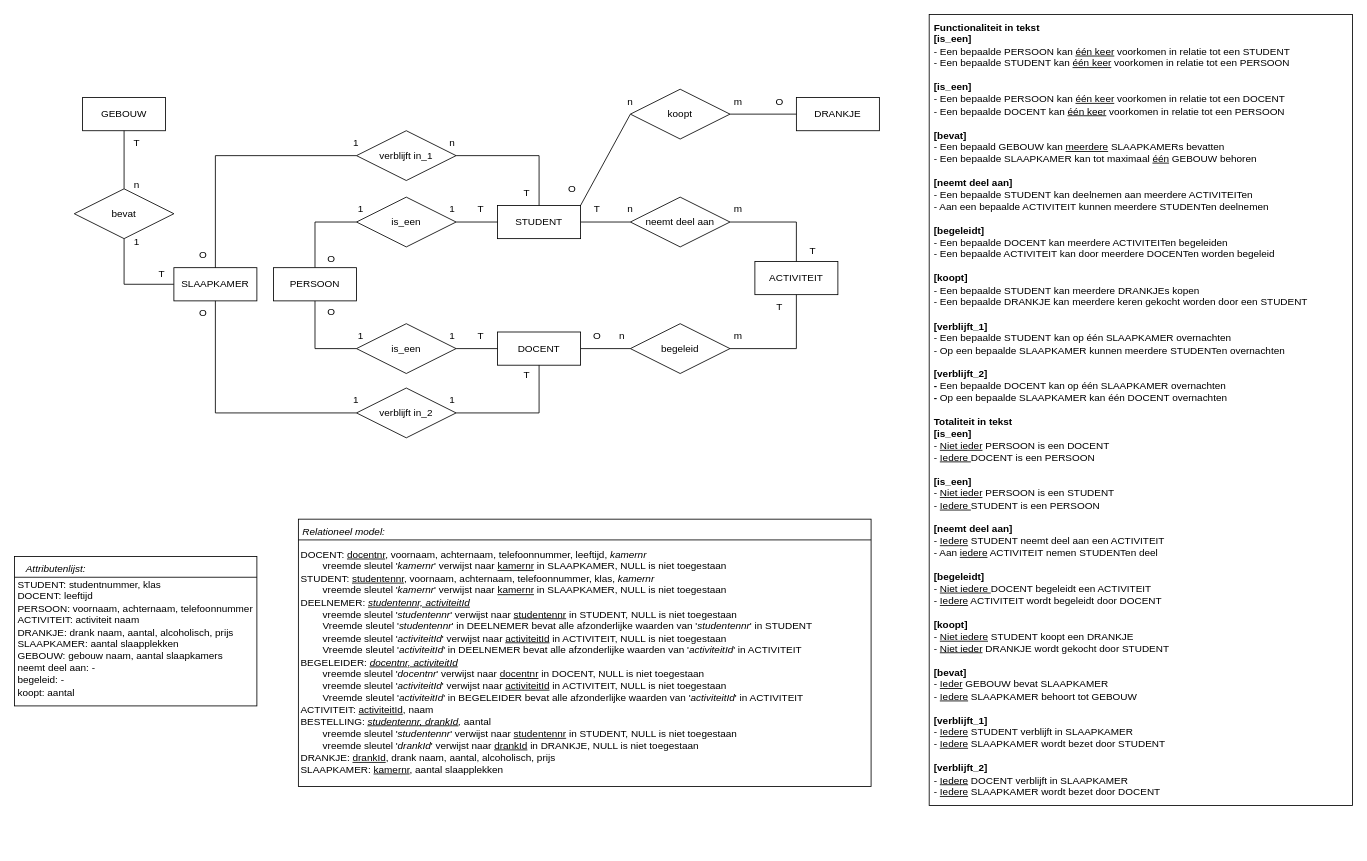
The draw.io diagram ERD ontwerpen/SomerenProject.drawio in Chris-17Lommerse/Someren-project-Dion-Iris-en-Chris, before the edit. Source tidied: cells renumbered, new cells numbered last; positions are measured from the earlier drawing's top-left corner, leaving out a move shared by most shapes. Both pictures are drawn from the tidied source at 83%, with x=0, y=0 at pixel (14, 14).
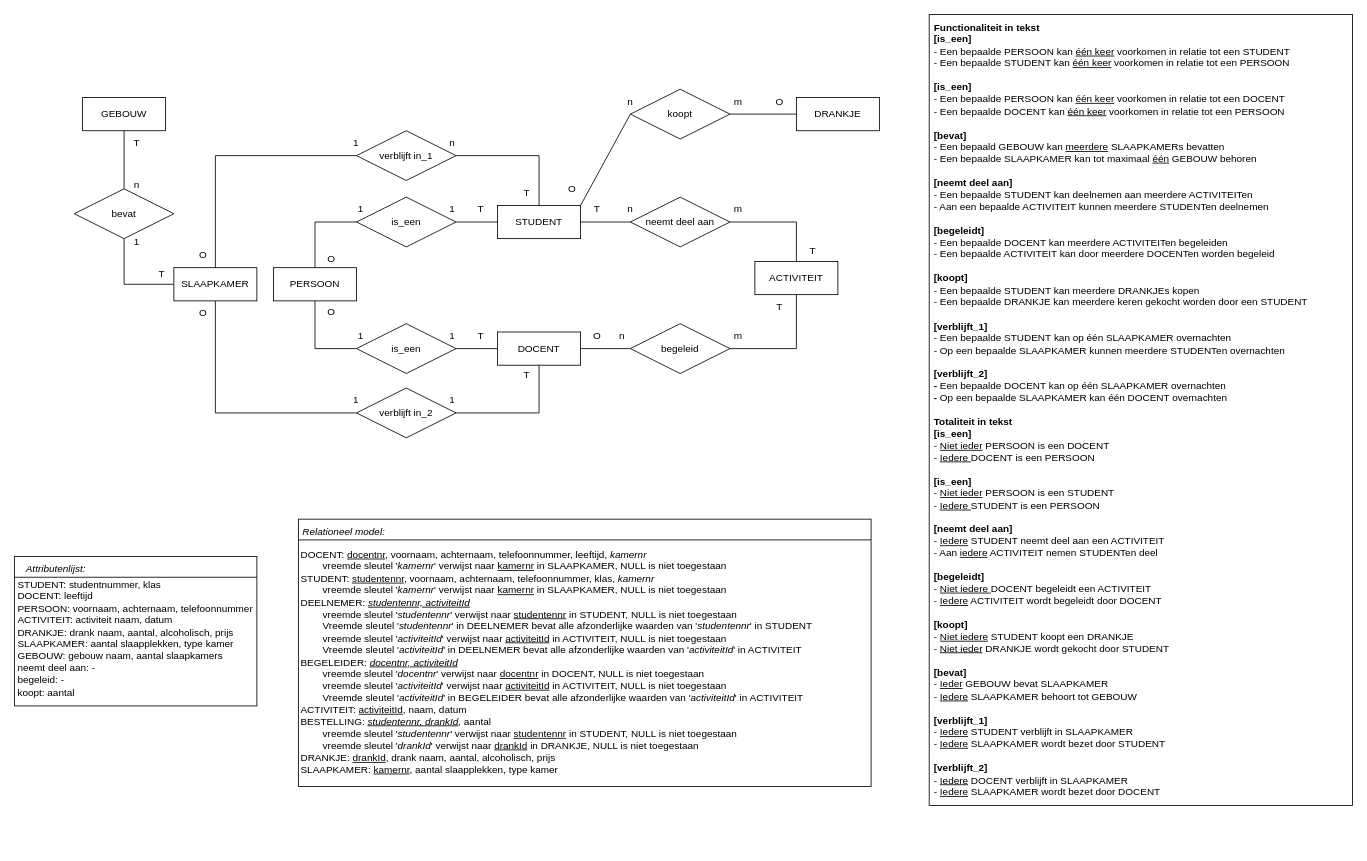
After the change.

Commit message (it also covers changes not shown here):
Kleine update aan de attributenlijst en het relationeel model

What changed in the source:
```diff
@@
-    <mxCell id="14" value="&lt;div&gt;STUDENT: studentnummer, klas&lt;/div&gt;&lt;div&gt;DOCENT: leeftijd&lt;/div&gt;&lt;div&gt;PERSOON: voornaam, achternaam, telefoonnummer&lt;/div&gt;&lt;div&gt;ACTIVITEIT: activiteit naam&lt;/div&gt;&lt;div&gt;DRANKJE: drank naam, aantal, alcoholisch, prijs&lt;/div&gt;&lt;div&gt;SLAAPKAMER: aantal slaapplekken&lt;/div&gt;&lt;div&gt;GEBOUW: gebouw naam, aantal slaapkamers&lt;/div&gt;&lt;div&gt;neemt deel aan: -&lt;br&gt;begeleid: -&lt;/div&gt;&lt;div&gt;koopt: aantal&lt;/div&gt;&lt;div&gt;&lt;br&gt;&lt;/div&gt;" style="text;html=1;align=left;verticalAlign=top;whiteSpace=wrap;rounded=0;fillColor=none;" parent="1" vertex="1">
+    <mxCell id="14" value="&lt;div&gt;STUDENT: studentnummer, klas&lt;/div&gt;&lt;div&gt;DOCENT: leeftijd&lt;/div&gt;&lt;div&gt;PERSOON: voornaam, achternaam, telefoonnummer&lt;/div&gt;&lt;div&gt;ACTIVITEIT: activiteit naam, datum&lt;/div&gt;&lt;div&gt;DRANKJE: drank naam, aantal, alcoholisch, prijs&lt;/div&gt;&lt;div&gt;SLAAPKAMER: aantal slaapplekken, type kamer&lt;/div&gt;&lt;div&gt;GEBOUW: gebouw naam, aantal slaapkamers&lt;/div&gt;&lt;div&gt;neemt deel aan: -&lt;br&gt;begeleid: -&lt;/div&gt;&lt;div&gt;koopt: aantal&lt;/div&gt;&lt;div&gt;&lt;br&gt;&lt;/div&gt;" style="text;html=1;align=left;verticalAlign=top;whiteSpace=wrap;rounded=0;fillColor=none;" parent="1" vertex="1">
       <mxGeometry x="2" y="673" width="290" height="170" as="geometry" />
     </mxCell>
@@
-    <mxCell id="76" value="&lt;div&gt;&lt;span style=&quot;background-color: transparent; color: light-dark(rgb(0, 0, 0), rgb(255, 255, 255));&quot;&gt;DOCENT: &lt;u&gt;docentnr&lt;/u&gt;, voornaam, achternaam, telefoonnummer, leeftijd, &lt;i&gt;kamernr&lt;/i&gt;&lt;/span&gt;&lt;/div&gt;&lt;div&gt;&lt;span style=&quot;background-color: transparent; color: light-dark(rgb(0, 0, 0), rgb(255, 255, 255));&quot;&gt;&lt;i&gt;&lt;span style=&quot;white-space: pre;&quot;&gt;&#9;&lt;/span&gt;&lt;/i&gt;vreemde sleutel '&lt;i&gt;kamernr&lt;/i&gt;' verwijst naar &lt;u&gt;kamernr&lt;/u&gt; in SLAAPKAMER, NULL is niet toegestaan&lt;/span&gt;&lt;/div&gt;&lt;div&gt;STUDENT: &lt;u&gt;studentennr&lt;/u&gt;, &lt;span style=&quot;background-color: transparent; color: light-dark(rgb(0, 0, 0), rgb(255, 255, 255));&quot;&gt;voornaam, achternaam, telefoonnummer, klas, &lt;i&gt;kamernr&lt;/i&gt;&lt;/span&gt;&lt;/div&gt;&lt;div&gt;&lt;span style=&quot;background-color: transparent; color: light-dark(rgb(0, 0, 0), rgb(255, 255, 255));&quot;&gt;&lt;i&gt;&lt;span style=&quot;white-space: pre;&quot;&gt;&#9;&lt;/span&gt;&lt;/i&gt;&lt;/span&gt;&lt;span style=&quot;background-color: transparent; color: light-dark(rgb(0, 0, 0), rgb(255, 255, 255));&quot;&gt;vreemde sleutel '&lt;i&gt;kamernr&lt;/i&gt;' verwijst naar &lt;u&gt;kamernr&lt;/u&gt; in SLAAPKAMER, NULL is niet toegestaan&lt;/span&gt;&lt;/div&gt;&lt;div&gt;DEELNEMER: &lt;u&gt;&lt;i&gt;studentennr, activiteitId&lt;/i&gt;&lt;/u&gt;&lt;/div&gt;&lt;div&gt;&lt;span style=&quot;background-color: transparent; color: light-dark(rgb(0, 0, 0), rgb(255, 255, 255));&quot;&gt;&lt;span style=&quot;white-space: pre;&quot;&gt;&#9;&lt;/span&gt;vreemde sleutel '&lt;i&gt;studentennr&lt;/i&gt;' verwijst naar &lt;u&gt;studentennr&lt;/u&gt; in STUDENT, NULL is niet toegestaan&lt;/span&gt;&lt;/div&gt;&lt;div&gt;&lt;span style=&quot;background-color: transparent; color: light-dark(rgb(0, 0, 0), rgb(255, 255, 255));&quot;&gt;&lt;span style=&quot;white-space: pre;&quot;&gt;&#9;&lt;/span&gt;Vreemde sleutel '&lt;i&gt;studentennr&lt;/i&gt;' in DEELNEMER bevat alle afzonderlijke waarden van '&lt;i&gt;studentennr&lt;/i&gt;' in STUDENT&lt;/span&gt;&lt;/div&gt;&lt;div&gt;&lt;span style=&quot;background-color: transparent; color: light-dark(rgb(0, 0, 0), rgb(255, 255, 255));&quot;&gt;&lt;span style=&quot;white-space: pre;&quot;&gt;&#9;&lt;/span&gt;vreemde sleutel '&lt;i&gt;activiteitId&lt;/i&gt;' verwijst naar &lt;u&gt;activiteitId&lt;/u&gt; in ACTIVITEIT, NULL is niet toegestaan&lt;/span&gt;&lt;/div&gt;&lt;div&gt;&lt;span style=&quot;background-color: transparent; color: light-dark(rgb(0, 0, 0), rgb(255, 255, 255));&quot;&gt;&lt;span style=&quot;white-space: pre;&quot;&gt;&#9;&lt;/span&gt;&lt;/span&gt;&lt;span style=&quot;background-color: transparent; color: light-dark(rgb(0, 0, 0), rgb(255, 255, 255));&quot;&gt;Vreemde sleutel '&lt;/span&gt;&lt;span style=&quot;background-color: transparent; color: light-dark(rgb(0, 0, 0), rgb(255, 255, 255));&quot;&gt;&lt;i&gt;activiteitId&lt;/i&gt;&lt;/span&gt;&lt;span style=&quot;background-color: transparent; color: light-dark(rgb(0, 0, 0), rgb(255, 255, 255));&quot;&gt;' in DEELNEMER bevat alle afzonderlijke waarden van '&lt;/span&gt;&lt;span style=&quot;background-color: transparent; color: light-dark(rgb(0, 0, 0), rgb(255, 255, 255));&quot;&gt;&lt;i&gt;activiteitId&lt;/i&gt;&lt;/span&gt;&lt;span style=&quot;background-color: transparent; color: light-dark(rgb(0, 0, 0), rgb(255, 255, 255));&quot;&gt;' in ACTIVITEIT&lt;/span&gt;&lt;/div&gt;&lt;div&gt;BEGELEIDER: &lt;i&gt;&lt;u&gt;docentnr, activiteitId &lt;br&gt;&lt;/u&gt;&lt;/i&gt;&lt;/div&gt;&lt;div&gt;&lt;span style=&quot;white-space: pre;&quot;&gt;&#9;&lt;/span&gt;&lt;span style=&quot;background-color: transparent; color: light-dark(rgb(0, 0, 0), rgb(255, 255, 255));&quot;&gt;vreemde sleutel '&lt;i&gt;docentnr&lt;/i&gt;' verwijst naar &lt;u&gt;docentnr&lt;/u&gt; in DOCENT, NULL is niet toegestaan&lt;/span&gt;&lt;br&gt;&lt;div&gt;&lt;span style=&quot;background-color: transparent; color: light-dark(rgb(0, 0, 0), rgb(255, 255, 255));&quot;&gt;&lt;span style=&quot;white-space: pre;&quot;&gt;&#9;&lt;/span&gt;vreemde sleutel '&lt;i&gt;activiteitId&lt;/i&gt;' verwijst naar &lt;u&gt;activiteitId&lt;/u&gt; in ACTIVITEIT, NULL is niet toegestaan&lt;/span&gt;&lt;/div&gt;&lt;div&gt;&lt;span style=&quot;background-color: transparent; color: light-dark(rgb(0, 0, 0), rgb(255, 255, 255));&quot;&gt;&lt;span style=&quot;white-space: pre;&quot;&gt;&#9;&lt;/span&gt;&lt;/span&gt;&lt;span style=&quot;background-color: transparent; color: light-dark(rgb(0, 0, 0), rgb(255, 255, 255));&quot;&gt;Vreemde sleutel '&lt;/span&gt;&lt;span style=&quot;background-color: transparent; color: light-dark(rgb(0, 0, 0), rgb(255, 255, 255));&quot;&gt;&lt;i&gt;activiteitId&lt;/i&gt;&lt;/span&gt;&lt;span style=&quot;background-color: transparent; color: light-dark(rgb(0, 0, 0), rgb(255, 255, 255));&quot;&gt;' in BEGELEIDER bevat alle afzonderlijke waarden van '&lt;/span&gt;&lt;span style=&quot;background-color: transparent; color: light-dark(rgb(0, 0, 0), rgb(255, 255, 255));&quot;&gt;&lt;i&gt;activiteitId&lt;/i&gt;&lt;/span&gt;&lt;span style=&quot;background-color: transparent; color: light-dark(rgb(0, 0, 0), rgb(255, 255, 255));&quot;&gt;' in ACTIVITEIT&lt;/span&gt;&lt;/div&gt;&lt;/div&gt;&lt;div&gt;ACTIVITEIT: &lt;u&gt;activiteitId&lt;/u&gt;, naam&lt;/div&gt;&lt;div&gt;BESTELLING: &lt;u&gt;&lt;i&gt;studentennr&lt;/i&gt;&lt;/u&gt;&lt;i style=&quot;&quot;&gt;&lt;u&gt;, drankId&lt;/u&gt;, &lt;/i&gt;&lt;span style=&quot;&quot;&gt;aantal&lt;/span&gt;&lt;i&gt;&lt;br&gt;&lt;/i&gt;&lt;/div&gt;&lt;div&gt;&lt;i&gt;&lt;span style=&quot;white-space: pre;&quot;&gt;&#9;&lt;/span&gt;&lt;/i&gt;&lt;span style=&quot;background-color: transparent; color: light-dark(rgb(0, 0, 0), rgb(255, 255, 255));&quot;&gt;vreemde sleutel '&lt;i&gt;studentennr&lt;/i&gt;' verwijst naar &lt;u&gt;studentennr&lt;/u&gt; in STUDENT, NULL is niet toegestaan&lt;/span&gt;&lt;br&gt;&lt;div&gt;&lt;span style=&quot;background-color: transparent; color: light-dark(rgb(0, 0, 0), rgb(255, 255, 255));&quot;&gt;&lt;span style=&quot;white-space: pre;&quot;&gt;&#9;&lt;/span&gt;vreemde sleutel '&lt;i&gt;drankId&lt;/i&gt;' verwijst naar &lt;u&gt;drankId&lt;/u&gt; in DRANKJE, NULL is niet toegestaan&lt;/span&gt;&lt;/div&gt;&lt;/div&gt;&lt;div&gt;DRANKJE: &lt;u&gt;drankId&lt;/u&gt;, drank naam, aantal, alcoholisch, prijs&amp;nbsp; &amp;nbsp;&lt;/div&gt;&lt;div&gt;SLAAPKAMER: &lt;u&gt;kamernr&lt;/u&gt;, aantal slaapplekken &lt;br&gt;&lt;/div&gt;&lt;div&gt;&lt;br&gt;&lt;/div&gt;" style="text;html=1;align=left;verticalAlign=top;whiteSpace=wrap;rounded=0;" parent="1" vertex="1">
+    <mxCell id="76" value="&lt;div&gt;&lt;span style=&quot;background-color: transparent; color: light-dark(rgb(0, 0, 0), rgb(255, 255, 255));&quot;&gt;DOCENT: &lt;u&gt;docentnr&lt;/u&gt;, voornaam, achternaam, telefoonnummer, leeftijd, &lt;i&gt;kamernr&lt;/i&gt;&lt;/span&gt;&lt;/div&gt;&lt;div&gt;&lt;span style=&quot;background-color: transparent; color: light-dark(rgb(0, 0, 0), rgb(255, 255, 255));&quot;&gt;&lt;i&gt;&lt;span style=&quot;white-space: pre;&quot;&gt;&#9;&lt;/span&gt;&lt;/i&gt;vreemde sleutel '&lt;i&gt;kamernr&lt;/i&gt;' verwijst naar &lt;u&gt;kamernr&lt;/u&gt; in SLAAPKAMER, NULL is niet toegestaan&lt;/span&gt;&lt;/div&gt;&lt;div&gt;STUDENT: &lt;u&gt;studentennr&lt;/u&gt;, &lt;span style=&quot;background-color: transparent; color: light-dark(rgb(0, 0, 0), rgb(255, 255, 255));&quot;&gt;voornaam, achternaam, telefoonnummer, klas, &lt;i&gt;kamernr&lt;/i&gt;&lt;/span&gt;&lt;/div&gt;&lt;div&gt;&lt;span style=&quot;background-color: transparent; color: light-dark(rgb(0, 0, 0), rgb(255, 255, 255));&quot;&gt;&lt;i&gt;&lt;span style=&quot;white-space: pre;&quot;&gt;&#9;&lt;/span&gt;&lt;/i&gt;&lt;/span&gt;&lt;span style=&quot;background-color: transparent; color: light-dark(rgb(0, 0, 0), rgb(255, 255, 255));&quot;&gt;vreemde sleutel '&lt;i&gt;kamernr&lt;/i&gt;' verwijst naar &lt;u&gt;kamernr&lt;/u&gt; in SLAAPKAMER, NULL is niet toegestaan&lt;/span&gt;&lt;/div&gt;&lt;div&gt;DEELNEMER: &lt;u&gt;&lt;i&gt;studentennr, activiteitId&lt;/i&gt;&lt;/u&gt;&lt;/div&gt;&lt;div&gt;&lt;span style=&quot;background-color: transparent; color: light-dark(rgb(0, 0, 0), rgb(255, 255, 255));&quot;&gt;&lt;span style=&quot;white-space: pre;&quot;&gt;&#9;&lt;/span&gt;vreemde sleutel '&lt;i&gt;studentennr&lt;/i&gt;' verwijst naar &lt;u&gt;studentennr&lt;/u&gt; in STUDENT, NULL is niet toegestaan&lt;/span&gt;&lt;/div&gt;&lt;div&gt;&lt;span style=&quot;background-color: transparent; color: light-dark(rgb(0, 0, 0), rgb(255, 255, 255));&quot;&gt;&lt;span style=&quot;white-space: pre;&quot;&gt;&#9;&lt;/span&gt;Vreemde sleutel '&lt;i&gt;studentennr&lt;/i&gt;' in DEELNEMER bevat alle afzonderlijke waarden van '&lt;i&gt;studentennr&lt;/i&gt;' in STUDENT&lt;/span&gt;&lt;/div&gt;&lt;div&gt;&lt;span style=&quot;background-color: transparent; color: light-dark(rgb(0, 0, 0), rgb(255, 255, 255));&quot;&gt;&lt;span style=&quot;white-space: pre;&quot;&gt;&#9;&lt;/span&gt;vreemde sleutel '&lt;i&gt;activiteitId&lt;/i&gt;' verwijst naar &lt;u&gt;activiteitId&lt;/u&gt; in ACTIVITEIT, NULL is niet toegestaan&lt;/span&gt;&lt;/div&gt;&lt;div&gt;&lt;span style=&quot;background-color: transparent; color: light-dark(rgb(0, 0, 0), rgb(255, 255, 255));&quot;&gt;&lt;span style=&quot;white-space: pre;&quot;&gt;&#9;&lt;/span&gt;&lt;/span&gt;&lt;span style=&quot;background-color: transparent; color: light-dark(rgb(0, 0, 0), rgb(255, 255, 255));&quot;&gt;Vreemde sleutel '&lt;/span&gt;&lt;span style=&quot;background-color: transparent; color: light-dark(rgb(0, 0, 0), rgb(255, 255, 255));&quot;&gt;&lt;i&gt;activiteitId&lt;/i&gt;&lt;/span&gt;&lt;span style=&quot;background-color: transparent; color: light-dark(rgb(0, 0, 0), rgb(255, 255, 255));&quot;&gt;' in DEELNEMER bevat alle afzonderlijke waarden van '&lt;/span&gt;&lt;span style=&quot;background-color: transparent; color: light-dark(rgb(0, 0, 0), rgb(255, 255, 255));&quot;&gt;&lt;i&gt;activiteitId&lt;/i&gt;&lt;/span&gt;&lt;span style=&quot;background-color: transparent; color: light-dark(rgb(0, 0, 0), rgb(255, 255, 255));&quot;&gt;' in ACTIVITEIT&lt;/span&gt;&lt;/div&gt;&lt;div&gt;BEGELEIDER: &lt;i&gt;&lt;u&gt;docentnr, activiteitId &lt;br&gt;&lt;/u&gt;&lt;/i&gt;&lt;/div&gt;&lt;div&gt;&lt;span style=&quot;white-space: pre;&quot;&gt;&#9;&lt;/span&gt;&lt;span style=&quot;background-color: transparent; color: light-dark(rgb(0, 0, 0), rgb(255, 255, 255));&quot;&gt;vreemde sleutel '&lt;i&gt;docentnr&lt;/i&gt;' verwijst naar &lt;u&gt;docentnr&lt;/u&gt; in DOCENT, NULL is niet toegestaan&lt;/span&gt;&lt;br&gt;&lt;div&gt;&lt;span style=&quot;background-color: transparent; color: light-dark(rgb(0, 0, 0), rgb(255, 255, 255));&quot;&gt;&lt;span style=&quot;white-space: pre;&quot;&gt;&#9;&lt;/span&gt;vreemde sleutel '&lt;i&gt;activiteitId&lt;/i&gt;' verwijst naar &lt;u&gt;activiteitId&lt;/u&gt; in ACTIVITEIT, NULL is niet toegestaan&lt;/span&gt;&lt;/div&gt;&lt;div&gt;&lt;span style=&quot;background-color: transparent; color: light-dark(rgb(0, 0, 0), rgb(255, 255, 255));&quot;&gt;&lt;span style=&quot;white-space: pre;&quot;&gt;&#9;&lt;/span&gt;&lt;/span&gt;&lt;span style=&quot;background-color: transparent; color: light-dark(rgb(0, 0, 0), rgb(255, 255, 255));&quot;&gt;Vreemde sleutel '&lt;/span&gt;&lt;span style=&quot;background-color: transparent; color: light-dark(rgb(0, 0, 0), rgb(255, 255, 255));&quot;&gt;&lt;i&gt;activiteitId&lt;/i&gt;&lt;/span&gt;&lt;span style=&quot;background-color: transparent; color: light-dark(rgb(0, 0, 0), rgb(255, 255, 255));&quot;&gt;' in BEGELEIDER bevat alle afzonderlijke waarden van '&lt;/span&gt;&lt;span style=&quot;background-color: transparent; color: light-dark(rgb(0, 0, 0), rgb(255, 255, 255));&quot;&gt;&lt;i&gt;activiteitId&lt;/i&gt;&lt;/span&gt;&lt;span style=&quot;background-color: transparent; color: light-dark(rgb(0, 0, 0), rgb(255, 255, 255));&quot;&gt;' in ACTIVITEIT&lt;/span&gt;&lt;/div&gt;&lt;/div&gt;&lt;div&gt;ACTIVITEIT: &lt;u&gt;activiteitId&lt;/u&gt;, naam, datum&lt;/div&gt;&lt;div&gt;BESTELLING: &lt;u&gt;&lt;i&gt;studentennr&lt;/i&gt;&lt;/u&gt;&lt;i style=&quot;&quot;&gt;&lt;u&gt;, drankId&lt;/u&gt;, &lt;/i&gt;&lt;span style=&quot;&quot;&gt;aantal&lt;/span&gt;&lt;i&gt;&lt;br&gt;&lt;/i&gt;&lt;/div&gt;&lt;div&gt;&lt;i&gt;&lt;span style=&quot;white-space: pre;&quot;&gt;&#9;&lt;/span&gt;&lt;/i&gt;&lt;span style=&quot;background-color: transparent; color: light-dark(rgb(0, 0, 0), rgb(255, 255, 255));&quot;&gt;vreemde sleutel '&lt;i&gt;studentennr&lt;/i&gt;' verwijst naar &lt;u&gt;studentennr&lt;/u&gt; in STUDENT, NULL is niet toegestaan&lt;/span&gt;&lt;br&gt;&lt;div&gt;&lt;span style=&quot;background-color: transparent; color: light-dark(rgb(0, 0, 0), rgb(255, 255, 255));&quot;&gt;&lt;span style=&quot;white-space: pre;&quot;&gt;&#9;&lt;/span&gt;vreemde sleutel '&lt;i&gt;drankId&lt;/i&gt;' verwijst naar &lt;u&gt;drankId&lt;/u&gt; in DRANKJE, NULL is niet toegestaan&lt;/span&gt;&lt;/div&gt;&lt;/div&gt;&lt;div&gt;DRANKJE: &lt;u&gt;drankId&lt;/u&gt;, drank naam, aantal, alcoholisch, prijs&amp;nbsp; &amp;nbsp;&lt;/div&gt;&lt;div&gt;SLAAPKAMER: &lt;u&gt;kamernr&lt;/u&gt;, aantal slaapplekken, type kamer&amp;nbsp;&lt;br&gt;&lt;/div&gt;&lt;div&gt;&lt;br&gt;&lt;/div&gt;" style="text;html=1;align=left;verticalAlign=top;whiteSpace=wrap;rounded=0;" parent="1" vertex="1">
       <mxGeometry x="343" y="637" width="689" height="293" as="geometry" />
     </mxCell>
```
